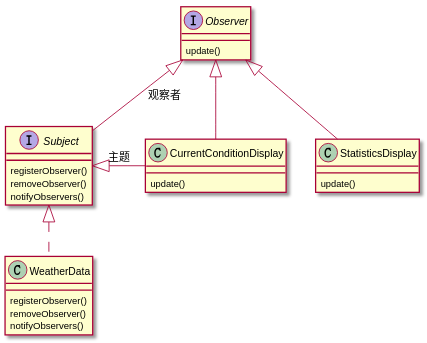
This is pattern_umls/observer/weather_uml.svg from zzbb1199/HeadFirst, a PlantUML export, as it was before one commit.
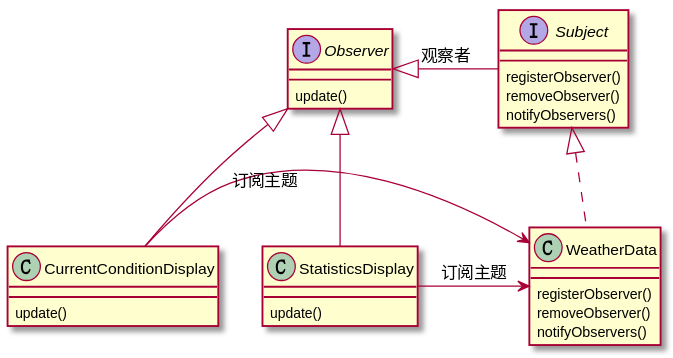
Above is the later version.

Diff of the diagram source:
```diff
@@ -33,8 +33,9 @@
 Observer <|-- StatisticsDisplay
 
 
-Observer <|-- Subject: 观察者
-Subject <|- CurrentConditionDisplay: 主题
+Observer <|- Subject: 观察者
+CurrentConditionDisplay -> WeatherData: 订阅主题
+StatisticsDisplay -> WeatherData: 订阅主题
 
 
 
```
